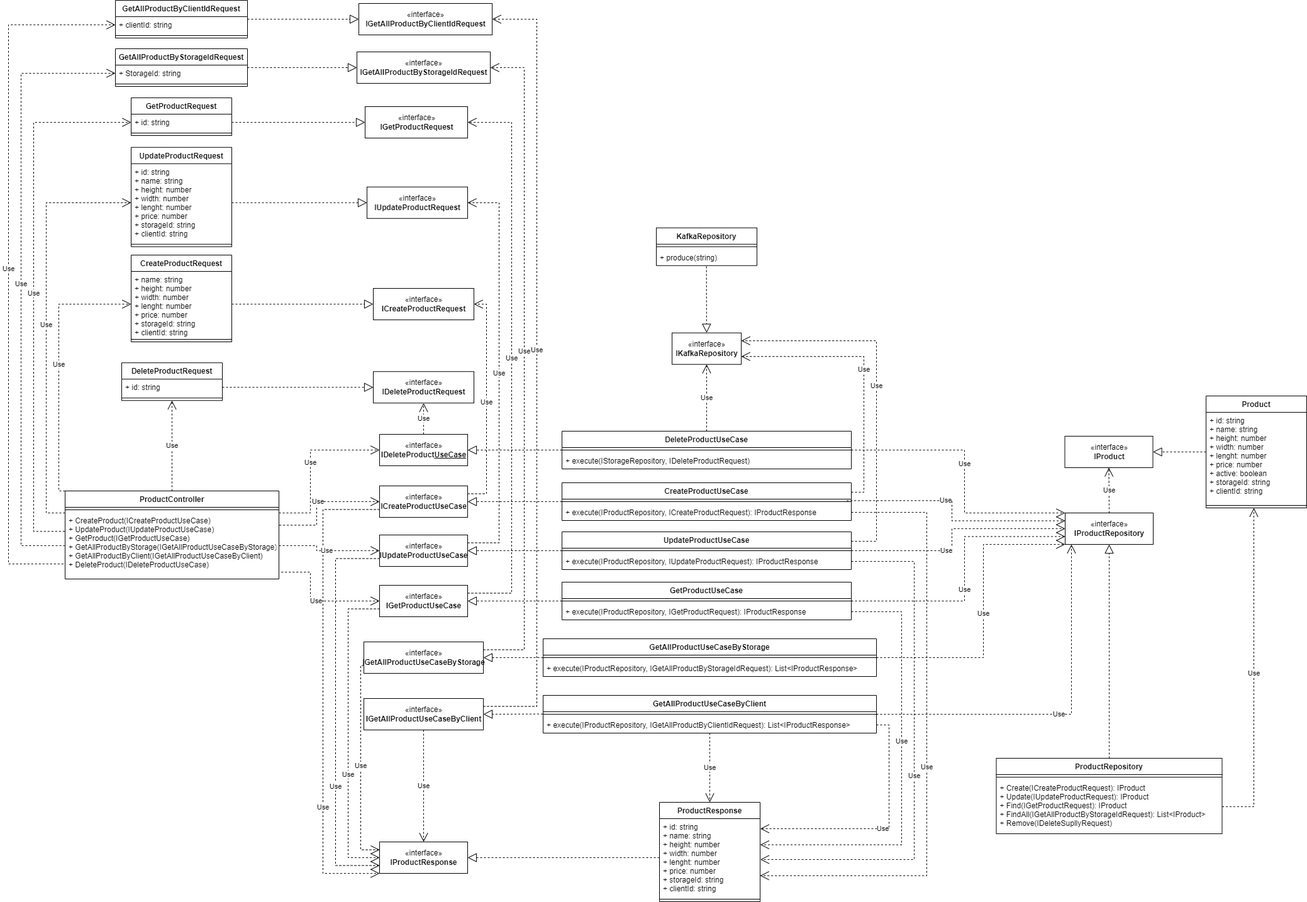
Earlier version of the draw.io export project/diagrams/class-diagrams/products-service/png/products-service.png (bitols/logistics-services-management). Source tidied: cells renumbered, new cells last; positions are measured from the earlier drawing's top-left corner, leaving out a move shared by most shapes.
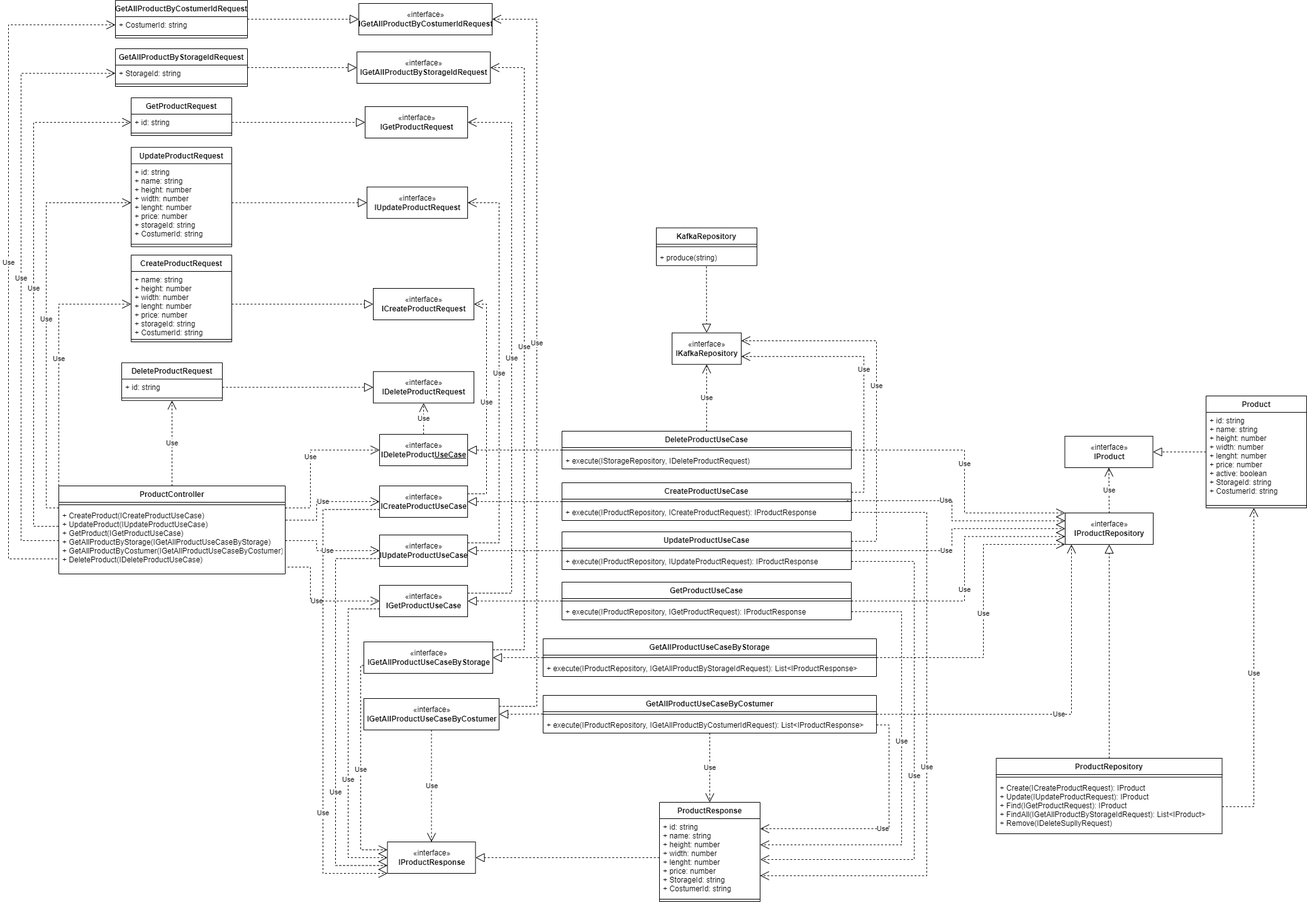
Later version of the same file.

Change to the diagram source:
```diff
@@ -6,7 +6,7 @@
       <mxGeometry relative="1" as="geometry" />
     </mxCell>
     <mxCell id="3" value="«interface»&lt;br&gt;&lt;b&gt;IProductResponse&lt;/b&gt;" style="html=1;" parent="1" vertex="1">
-      <mxGeometry x="590" y="1338" width="140" height="50" as="geometry" />
+      <mxGeometry x="602.5" y="1338" width="140" height="50" as="geometry" />
     </mxCell>
     <mxCell id="4" style="endArrow=block;dashed=1;endFill=0;endSize=12;html=1;rounded=0;" parent="1" edge="1" source="11" target="22">
       <mxGeometry relative="1" as="geometry" />
@@ -169,7 +169,7 @@
     <mxCell id="39" value="UpdateProductRequest" style="swimlane;fontStyle=1;align=center;verticalAlign=top;horizontal=1;startSize=26;" parent="1" vertex="1">
       <mxGeometry x="195" y="233.8" width="160" height="158" as="geometry" />
     </mxCell>
-    <mxCell id="40" value="+ id: string&#10;+ name: string&#10;+ height: number&#10;+ width: number&#10;+ lenght: number&#10;+ price: number&#10;+ storageId: string&#10;+ clientId: string" style="text;strokeColor=none;fillColor=none;align=left;verticalAlign=top;spacingLeft=4;spacingRight=4;overflow=hidden;points=[[0,0.5],[1,0.5]];portConstraint=eastwest;" parent="39" vertex="1">
+    <mxCell id="40" value="+ id: string&#10;+ name: string&#10;+ height: number&#10;+ width: number&#10;+ lenght: number&#10;+ price: number&#10;+ storageId: string&#10;+ CostumerId: string" style="text;strokeColor=none;fillColor=none;align=left;verticalAlign=top;spacingLeft=4;spacingRight=4;overflow=hidden;points=[[0,0.5],[1,0.5]];portConstraint=eastwest;" parent="39" vertex="1">
       <mxGeometry y="26" width="160" height="124" as="geometry" />
     </mxCell>
     <mxCell id="41" style="line;strokeWidth=1;fillColor=none;align=left;verticalAlign=middle;spacingTop=-1;spacingLeft=3;spacingRight=3;labelPosition=right;" parent="39" vertex="1">
@@ -178,7 +178,7 @@
     <mxCell id="42" value="CreateProductRequest" style="swimlane;fontStyle=1;align=center;verticalAlign=top;horizontal=1;startSize=26;" parent="1" vertex="1">
       <mxGeometry x="195" y="405" width="160" height="138" as="geometry" />
     </mxCell>
-    <mxCell id="43" value="+ name: string&#10;+ height: number&#10;+ width: number&#10;+ lenght: number&#10;+ price: number&#10;+ storageId: string&#10;+ clientId: string" style="text;strokeColor=none;fillColor=none;align=left;verticalAlign=top;spacingLeft=4;spacingRight=4;overflow=hidden;points=[[0,0.5],[1,0.5]];portConstraint=eastwest;" parent="42" vertex="1">
+    <mxCell id="43" value="+ name: string&#10;+ height: number&#10;+ width: number&#10;+ lenght: number&#10;+ price: number&#10;+ storageId: string&#10;+ CostumerId: string" style="text;strokeColor=none;fillColor=none;align=left;verticalAlign=top;spacingLeft=4;spacingRight=4;overflow=hidden;points=[[0,0.5],[1,0.5]];portConstraint=eastwest;" parent="42" vertex="1">
       <mxGeometry y="26" width="160" height="104" as="geometry" />
     </mxCell>
     <mxCell id="44" style="line;strokeWidth=1;fillColor=none;align=left;verticalAlign=middle;spacingTop=-1;spacingLeft=3;spacingRight=3;labelPosition=right;" parent="42" vertex="1">
@@ -226,7 +226,7 @@
     <mxCell id="48" value="ProductResponse" style="swimlane;fontStyle=1;align=center;verticalAlign=top;horizontal=1;startSize=26;" parent="1" vertex="1">
       <mxGeometry x="1035" y="1275" width="160" height="158" as="geometry" />
     </mxCell>
-    <mxCell id="49" value="+ id: string&#10;+ name: string&#10;+ height: number&#10;+ width: number&#10;+ lenght: number&#10;+ price: number&#10;+ storageId: string&#10;+ clientId: string" style="text;strokeColor=none;fillColor=none;align=left;verticalAlign=top;spacingLeft=4;spacingRight=4;overflow=hidden;points=[[0,0.5],[1,0.5]];portConstraint=eastwest;" parent="48" vertex="1">
+    <mxCell id="49" value="+ id: string&#10;+ name: string&#10;+ height: number&#10;+ width: number&#10;+ lenght: number&#10;+ price: number&#10;+ StorageId: string&#10;+ CostumerId: string" style="text;strokeColor=none;fillColor=none;align=left;verticalAlign=top;spacingLeft=4;spacingRight=4;overflow=hidden;points=[[0,0.5],[1,0.5]];portConstraint=eastwest;" parent="48" vertex="1">
       <mxGeometry y="26" width="160" height="124" as="geometry" />
     </mxCell>
     <mxCell id="50" style="line;strokeWidth=1;fillColor=none;align=left;verticalAlign=middle;spacingTop=-1;spacingLeft=3;spacingRight=3;labelPosition=right;" parent="48" vertex="1">
@@ -251,13 +251,13 @@
       <mxGeometry relative="1" as="geometry" />
     </mxCell>
     <mxCell id="57" value="ProductController" style="swimlane;fontStyle=1;align=center;verticalAlign=top;horizontal=1;startSize=26;" parent="1" vertex="1">
-      <mxGeometry x="90" y="780" width="340" height="140" as="geometry" />
+      <mxGeometry x="80" y="772" width="360" height="140" as="geometry" />
     </mxCell>
     <mxCell id="58" style="line;strokeWidth=1;fillColor=none;align=left;verticalAlign=middle;spacingTop=-1;spacingLeft=3;spacingRight=3;labelPosition=right;" parent="57" vertex="1">
-      <mxGeometry y="26" width="340" height="8" as="geometry" />
+      <mxGeometry y="26" width="360" height="8" as="geometry" />
     </mxCell>
-    <mxCell id="59" value="+ CreateProduct(ICreateProductUseCase)&#10;+ UpdateProduct(IUpdateProductUseCase)&#10;+ GetProduct(IGetProductUseCase)&#10;+ GetAllProductByStorage(IGetAllProductUseCaseByStorage)&#10;+ GetAllProductByClient(IGetAllProductUseCaseByClient)&#10;+ DeleteProduct(IDeleteProductUseCase)" style="text;strokeColor=none;fillColor=none;align=left;verticalAlign=top;spacingLeft=4;spacingRight=4;overflow=hidden;points=[[0,0.5],[1,0.5]];portConstraint=eastwest;" parent="57" vertex="1">
-      <mxGeometry y="34" width="340" height="106" as="geometry" />
+    <mxCell id="59" value="+ CreateProduct(ICreateProductUseCase)&#10;+ UpdateProduct(IUpdateProductUseCase)&#10;+ GetProduct(IGetProductUseCase)&#10;+ GetAllProductByStorage(IGetAllProductUseCaseByStorage)&#10;+ GetAllProductByCostumer(IGetAllProductUseCaseByCostumer)&#10;+ DeleteProduct(IDeleteProductUseCase)" style="text;strokeColor=none;fillColor=none;align=left;verticalAlign=top;spacingLeft=4;spacingRight=4;overflow=hidden;points=[[0,0.5],[1,0.5]];portConstraint=eastwest;" parent="57" vertex="1">
+      <mxGeometry y="34" width="360" height="106" as="geometry" />
     </mxCell>
     <mxCell id="60" style="endArrow=block;dashed=1;endFill=0;endSize=12;html=1;rounded=0;entryX=0;entryY=0.5;entryDx=0;entryDy=0;" parent="1" edge="1" source="37" target="55">
       <mxGeometry relative="1" as="geometry" />
@@ -422,7 +422,7 @@
       </mxGeometry>
     </mxCell>
     <mxCell id="91" value="«interface»&lt;br&gt;&lt;b&gt;IGetAllProductUseCaseByStorage&lt;/b&gt;" style="html=1;" parent="1" vertex="1">
-      <mxGeometry x="565" y="1020" width="190" height="50" as="geometry" />
+      <mxGeometry x="565" y="1020" width="205" height="50" as="geometry" />
     </mxCell>
     <mxCell id="92" value="GetAllProductUseCaseByStorage" style="swimlane;fontStyle=1;align=center;verticalAlign=top;horizontal=1;startSize=26;" parent="1" vertex="1">
       <mxGeometry x="850" y="1015" width="530" height="60" as="geometry" />
@@ -490,16 +490,16 @@
         </Array>
       </mxGeometry>
     </mxCell>
-    <mxCell id="106" value="«interface»&lt;br&gt;&lt;b&gt;IGetAllProductUseCaseByClient&lt;/b&gt;" style="html=1;" parent="1" vertex="1">
-      <mxGeometry x="565" y="1110" width="190" height="50" as="geometry" />
+    <mxCell id="106" value="«interface»&lt;br&gt;&lt;b&gt;IGetAllProductUseCaseByCostumer&lt;/b&gt;" style="html=1;" parent="1" vertex="1">
+      <mxGeometry x="565" y="1110" width="215" height="50" as="geometry" />
     </mxCell>
-    <mxCell id="107" value="GetAllProductUseCaseByClient" style="swimlane;fontStyle=1;align=center;verticalAlign=top;horizontal=1;startSize=26;" parent="1" vertex="1">
+    <mxCell id="107" value="GetAllProductUseCaseByCostumer" style="swimlane;fontStyle=1;align=center;verticalAlign=top;horizontal=1;startSize=26;" parent="1" vertex="1">
       <mxGeometry x="850" y="1105" width="530" height="60" as="geometry" />
     </mxCell>
     <mxCell id="108" style="line;strokeWidth=1;fillColor=none;align=left;verticalAlign=middle;spacingTop=-1;spacingLeft=3;spacingRight=3;labelPosition=right;points=[];portConstraint=eastwest;" parent="107" vertex="1">
       <mxGeometry y="26" width="530" height="8" as="geometry" />
     </mxCell>
-    <mxCell id="109" value="+ execute(IProductRepository, IGetAllProductByClientIdRequest): List&lt;IProductResponse&gt;" style="text;strokeColor=none;fillColor=none;align=left;verticalAlign=top;spacingLeft=4;spacingRight=4;overflow=hidden;points=[[0,0.5],[1,0.5]];portConstraint=eastwest;" parent="107" vertex="1">
+    <mxCell id="109" value="+ execute(IProductRepository, IGetAllProductByCostumerIdRequest): List&lt;IProductResponse&gt;" style="text;strokeColor=none;fillColor=none;align=left;verticalAlign=top;spacingLeft=4;spacingRight=4;overflow=hidden;points=[[0,0.5],[1,0.5]];portConstraint=eastwest;" parent="107" vertex="1">
       <mxGeometry y="34" width="530" height="26" as="geometry" />
     </mxCell>
     <mxCell id="110" style="endArrow=block;dashed=1;endFill=0;endSize=12;html=1;rounded=0;exitX=-0.001;exitY=0.455;exitDx=0;exitDy=0;exitPerimeter=0;entryX=1;entryY=0.5;entryDx=0;entryDy=0;" parent="1" edge="1" source="108" target="106">
@@ -515,13 +515,13 @@
         </Array>
       </mxGeometry>
     </mxCell>
-    <mxCell id="113" value="«interface»&lt;br&gt;&lt;b&gt;IGetAllProductByClientIdRequest&lt;/b&gt;" style="html=1;" parent="1" vertex="1">
+    <mxCell id="113" value="«interface»&lt;br&gt;&lt;b&gt;IGetAllProductByCostumerIdRequest&lt;/b&gt;" style="html=1;" parent="1" vertex="1">
       <mxGeometry x="557" y="5" width="212" height="50" as="geometry" />
     </mxCell>
-    <mxCell id="114" value="GetAllProductByClientIdRequest" style="swimlane;fontStyle=1;align=center;verticalAlign=top;horizontal=1;startSize=26;" parent="1" vertex="1">
+    <mxCell id="114" value="GetAllProductByCostumerIdRequest" style="swimlane;fontStyle=1;align=center;verticalAlign=top;horizontal=1;startSize=26;" parent="1" vertex="1">
       <mxGeometry x="170" width="210" height="60" as="geometry" />
     </mxCell>
-    <mxCell id="115" value="+ clientId: string" style="text;strokeColor=none;fillColor=none;align=left;verticalAlign=top;spacingLeft=4;spacingRight=4;overflow=hidden;points=[[0,0.5],[1,0.5]];portConstraint=eastwest;" parent="114" vertex="1">
+    <mxCell id="115" value="+ CostumerId: string" style="text;strokeColor=none;fillColor=none;align=left;verticalAlign=top;spacingLeft=4;spacingRight=4;overflow=hidden;points=[[0,0.5],[1,0.5]];portConstraint=eastwest;" parent="114" vertex="1">
       <mxGeometry y="26" width="210" height="26" as="geometry" />
     </mxCell>
     <mxCell id="116" style="line;strokeWidth=1;fillColor=none;align=left;verticalAlign=middle;spacingTop=-1;spacingLeft=3;spacingRight=3;labelPosition=right;" parent="114" vertex="1">
@@ -550,7 +550,7 @@
     <mxCell id="121" value="Product" style="swimlane;fontStyle=1;align=center;verticalAlign=top;horizontal=1;startSize=26;" parent="1" vertex="1">
       <mxGeometry x="1904" y="629" width="160" height="178" as="geometry" />
     </mxCell>
-    <mxCell id="122" value="+ id: string&#10;+ name: string&#10;+ height: number&#10;+ width: number&#10;+ lenght: number&#10;+ price: number&#10;+ active: boolean&#10;+ storageId: string&#10;+ clientId: string" style="text;strokeColor=none;fillColor=none;align=left;verticalAlign=top;spacingLeft=4;spacingRight=4;overflow=hidden;" parent="121" vertex="1">
+    <mxCell id="122" value="+ id: string&#10;+ name: string&#10;+ height: number&#10;+ width: number&#10;+ lenght: number&#10;+ price: number&#10;+ active: boolean&#10;+ StorageId: string&#10;+ CostumerId: string" style="text;strokeColor=none;fillColor=none;align=left;verticalAlign=top;spacingLeft=4;spacingRight=4;overflow=hidden;" parent="121" vertex="1">
       <mxGeometry y="26" width="160" height="144" as="geometry" />
     </mxCell>
     <mxCell id="123" style="line;strokeWidth=1;fillColor=none;align=left;verticalAlign=middle;spacingTop=-1;spacingLeft=3;spacingRight=3;labelPosition=right;" parent="121" vertex="1">
```
